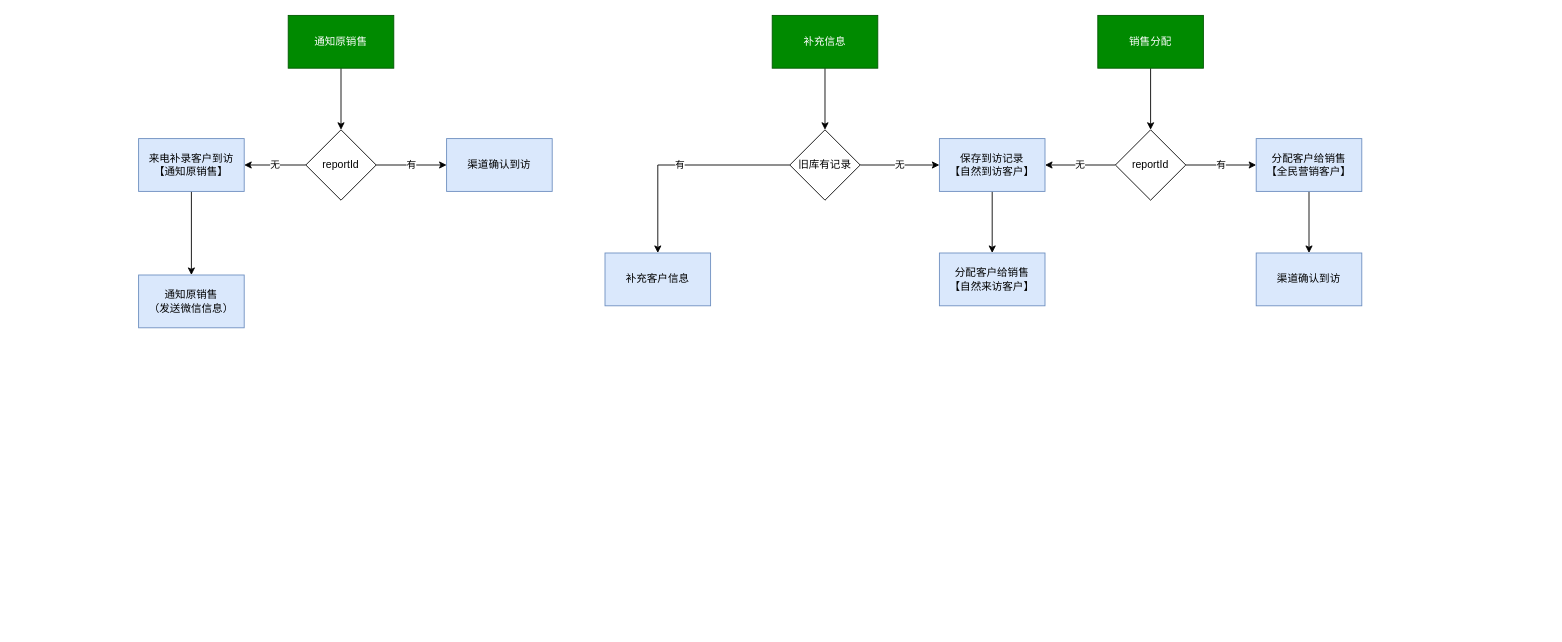
Before: page "门岗新旧服务" (3 of 3) of 移动案场.drawio in juesuchen/diagrams, a draw.io diagram. Source tidied: cells renumbered, new cells numbered last; positions are measured from the earlier drawing's top-left corner, leaving out a move shared by most shapes. Both pictures are drawn from the tidied source at 88%, with x=0, y=0 at pixel (138, 15).
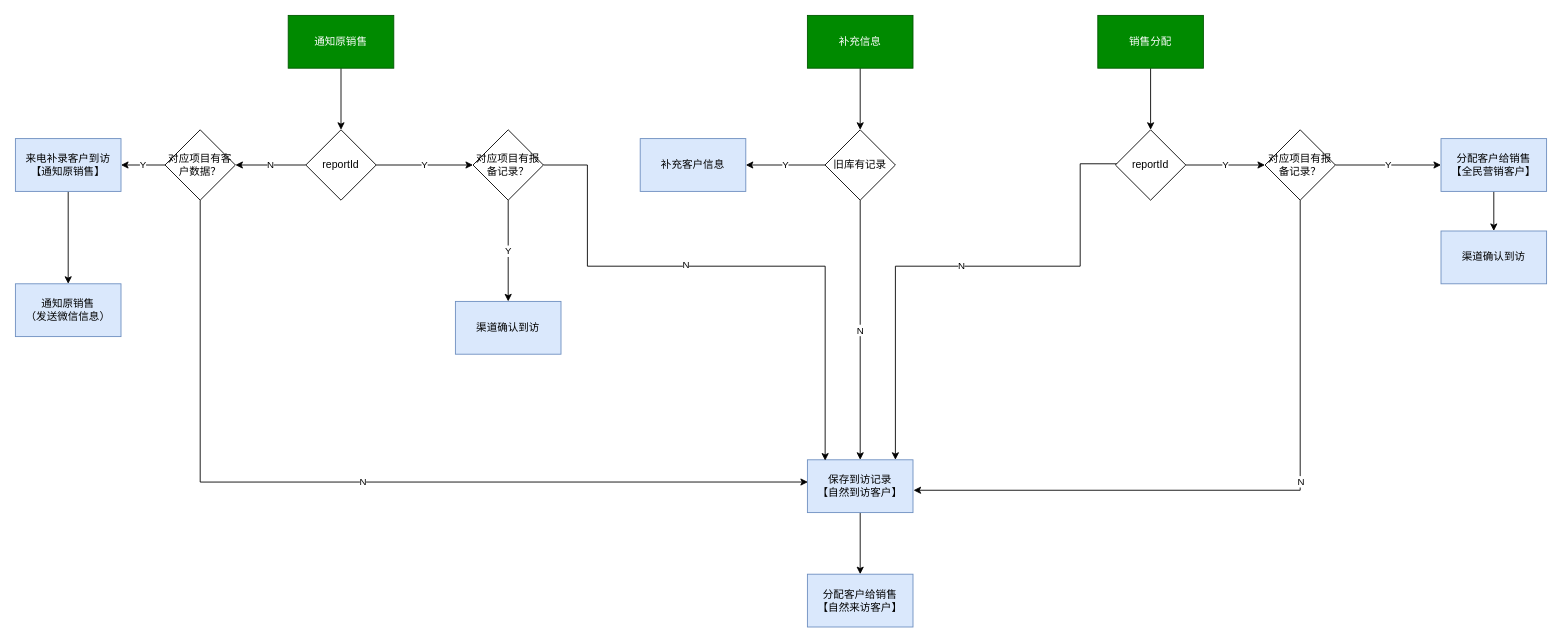
The same page after the edit.

Commit message:
更新移动案场.drawio

Unchanged cells that the change refers to:
```xml
<mxCell id="6" value="reportId" style="rhombus;whiteSpace=wrap;html=1;rounded=0;" parent="1" vertex="1">
  <mxGeometry x="1110" y="130" width="80" height="80" as="geometry" />
</mxCell>
<mxCell id="17" value="reportId" style="rhombus;whiteSpace=wrap;html=1;rounded=0;" parent="1" vertex="1">
  <mxGeometry x="190" y="130" width="80" height="80" as="geometry" />
</mxCell>
```

Diff of the diagram source:
```diff
@@
-    <mxCell id="4" value="有" style="edgeStyle=orthogonalEdgeStyle;rounded=0;jettySize=auto;html=1;" parent="1" edge="1" source="6" target="8">
-      <mxGeometry relative="1" as="geometry" />
-    </mxCell>
-    <mxCell id="5" value="无" style="edgeStyle=orthogonalEdgeStyle;rounded=0;jettySize=auto;html=1;" parent="1" edge="1" source="6" target="11">
-      <mxGeometry relative="1" as="geometry" />
+    <mxCell id="5" value="N" style="edgeStyle=orthogonalEdgeStyle;rounded=0;jettySize=auto;html=1;exitX=0.044;exitY=0.483;exitDx=0;exitDy=0;exitPerimeter=0;" parent="1" edge="1" source="6" target="11">
+      <mxGeometry relative="1" as="geometry">
+        <Array as="points">
+          <mxPoint x="1070" y="169" />
+          <mxPoint x="1070" y="285" />
+          <mxPoint x="860" y="285" />
+        </Array>
+      </mxGeometry>
     </mxCell>
+    <mxCell id="28" value="Y" style="edgeStyle=orthogonalEdgeStyle;rounded=0;jettySize=auto;html=1;" parent="1" edge="1" source="6" target="34">
+      <mxGeometry relative="1" as="geometry" />
+    </mxCell>
@@
     <mxCell id="8" value="分配客户给销售&lt;br&gt;【全民营销客户】" style="whiteSpace=wrap;html=1;rounded=0;fillColor=#dae8fc;strokeColor=#6c8ebf;" parent="1" vertex="1">
-      <mxGeometry x="1270" y="140" width="120" height="60" as="geometry" />
+      <mxGeometry x="1480" y="140" width="120" height="60" as="geometry" />
     </mxCell>
     <mxCell id="9" value="渠道确认到访" style="whiteSpace=wrap;html=1;rounded=0;fillColor=#dae8fc;strokeColor=#6c8ebf;" parent="1" vertex="1">
-      <mxGeometry x="1270" y="270" width="120" height="60" as="geometry" />
+      <mxGeometry x="1480" y="245" width="120" height="60" as="geometry" />
     </mxCell>
@@
     <mxCell id="11" value="保存到访记录&lt;br&gt;【自然到访客户】" style="whiteSpace=wrap;html=1;rounded=0;fillColor=#dae8fc;strokeColor=#6c8ebf;" parent="1" vertex="1">
-      <mxGeometry x="910" y="140" width="120" height="60" as="geometry" />
+      <mxGeometry x="760" y="505" width="120" height="60" as="geometry" />
     </mxCell>
     <mxCell id="12" value="分配客户给销售&lt;br&gt;【自然来访客户】" style="whiteSpace=wrap;html=1;rounded=0;fillColor=#dae8fc;strokeColor=#6c8ebf;" parent="1" vertex="1">
-      <mxGeometry x="910" y="270" width="120" height="60" as="geometry" />
+      <mxGeometry x="760" y="635" width="120" height="60" as="geometry" />
     </mxCell>
@@
-    <mxCell id="15" value="有" style="edgeStyle=orthogonalEdgeStyle;rounded=0;jettySize=auto;html=1;entryX=0;entryY=0.5;entryDx=0;entryDy=0;" parent="1" edge="1" source="17" target="18">
-      <mxGeometry relative="1" as="geometry" />
-    </mxCell>
-    <mxCell id="16" value="无" style="edgeStyle=orthogonalEdgeStyle;rounded=0;jettySize=auto;html=1;" parent="1" edge="1" source="17" target="20">
-      <mxGeometry relative="1" as="geometry" />
-    </mxCell>
+    <mxCell id="29" value="Y" style="edgeStyle=orthogonalEdgeStyle;rounded=0;jettySize=auto;html=1;" parent="1" edge="1" source="17" target="38">
+      <mxGeometry relative="1" as="geometry" />
+    </mxCell>
+    <mxCell id="30" value="N" style="edgeStyle=orthogonalEdgeStyle;rounded=0;jettySize=auto;html=1;" parent="1" edge="1" source="17" target="41">
+      <mxGeometry relative="1" as="geometry" />
+    </mxCell>
@@
     <mxCell id="18" value="渠道确认到访" style="whiteSpace=wrap;html=1;rounded=0;fillColor=#dae8fc;strokeColor=#6c8ebf;" parent="1" vertex="1">
-      <mxGeometry x="350" y="140" width="120" height="60" as="geometry" />
+      <mxGeometry x="360" y="325" width="120" height="60" as="geometry" />
     </mxCell>
@@
     <mxCell id="20" value="&lt;div&gt;来电补录客户到访&lt;/div&gt;&lt;div&gt;【通知原销售】&lt;/div&gt;" style="whiteSpace=wrap;html=1;rounded=0;fillColor=#dae8fc;strokeColor=#6c8ebf;" parent="1" vertex="1">
-      <mxGeometry y="140" width="120" height="60" as="geometry" />
+      <mxGeometry x="-140" y="140" width="120" height="60" as="geometry" />
     </mxCell>
@@
     <mxCell id="22" value="补充信息" style="rounded=0;whiteSpace=wrap;html=1;fillColor=#008a00;strokeColor=#005700;fontColor=#ffffff;" parent="1" vertex="1">
-      <mxGeometry x="720" width="120" height="60" as="geometry" />
+      <mxGeometry x="760" width="120" height="60" as="geometry" />
     </mxCell>
-    <mxCell id="23" value="有" style="edgeStyle=orthogonalEdgeStyle;rounded=0;jettySize=auto;html=1;" parent="1" edge="1" source="25" target="26">
+    <mxCell id="23" value="Y" style="edgeStyle=orthogonalEdgeStyle;rounded=0;jettySize=auto;html=1;" parent="1" edge="1" source="25" target="26">
       <mxGeometry relative="1" as="geometry" />
     </mxCell>
-    <mxCell id="24" value="无" style="edgeStyle=orthogonalEdgeStyle;rounded=0;jettySize=auto;html=1;" parent="1" edge="1" source="25" target="11">
+    <mxCell id="24" value="N" style="edgeStyle=orthogonalEdgeStyle;rounded=0;jettySize=auto;html=1;" parent="1" edge="1" source="25" target="11">
       <mxGeometry relative="1" as="geometry" />
     </mxCell>
     <mxCell id="25" value="旧库有记录" style="rhombus;whiteSpace=wrap;html=1;rounded=0;" parent="1" vertex="1">
-      <mxGeometry x="740" y="130" width="80" height="80" as="geometry" />
+      <mxGeometry x="780" y="130" width="80" height="80" as="geometry" />
     </mxCell>
     <mxCell id="26" value="补充客户信息" style="whiteSpace=wrap;html=1;rounded=0;fillColor=#dae8fc;strokeColor=#6c8ebf;" parent="1" vertex="1">
-      <mxGeometry x="530" y="270" width="120" height="60" as="geometry" />
+      <mxGeometry x="570" y="140" width="120" height="60" as="geometry" />
     </mxCell>
     <mxCell id="27" value="通知原销售&lt;br&gt;（发送微信信息）" style="whiteSpace=wrap;html=1;rounded=0;fillColor=#dae8fc;strokeColor=#6c8ebf;" parent="1" vertex="1">
-      <mxGeometry y="295" width="120" height="60" as="geometry" />
+      <mxGeometry x="-140" y="305" width="120" height="60" as="geometry" />
     </mxCell>
+    <mxCell id="31" value="Y" style="edgeStyle=orthogonalEdgeStyle;rounded=0;jettySize=auto;html=1;" parent="1" edge="1" source="34" target="8">
+      <mxGeometry relative="1" as="geometry" />
+    </mxCell>
+    <mxCell id="32" style="edgeStyle=orthogonalEdgeStyle;rounded=0;jettySize=auto;html=1;entryX=1.005;entryY=0.577;entryDx=0;entryDy=0;entryPerimeter=0;" parent="1" edge="1" source="34" target="11">
+      <mxGeometry relative="1" as="geometry">
+        <Array as="points">
+          <mxPoint x="1320" y="540" />
+        </Array>
+      </mxGeometry>
+    </mxCell>
+    <mxCell id="33" value="N" style="edgeLabel;html=1;align=center;verticalAlign=middle;" parent="32" vertex="1">
+      <mxGeometry x="-0.17" relative="1" as="geometry" />
+    </mxCell>
+    <mxCell id="34" value="对应项目有报备记录？" style="rhombus;whiteSpace=wrap;html=1;rounded=0;" parent="1" vertex="1">
+      <mxGeometry x="1280" y="130" width="80" height="80" as="geometry" />
+    </mxCell>
+    <mxCell id="35" value="Y" style="edgeStyle=orthogonalEdgeStyle;rounded=0;jettySize=auto;html=1;" parent="1" edge="1" source="38" target="18">
+      <mxGeometry relative="1" as="geometry" />
+    </mxCell>
+    <mxCell id="36" style="edgeStyle=orthogonalEdgeStyle;rounded=0;jettySize=auto;html=1;entryX=0.168;entryY=0.015;entryDx=0;entryDy=0;entryPerimeter=0;" parent="1" edge="1" source="38" target="11">
+      <mxGeometry relative="1" as="geometry">
+        <Array as="points">
+          <mxPoint x="510" y="170" />
+          <mxPoint x="510" y="285" />
+          <mxPoint x="780" y="285" />
+        </Array>
+      </mxGeometry>
+    </mxCell>
+    <mxCell id="37" value="N" style="edgeLabel;html=1;align=center;verticalAlign=middle;" parent="36" vertex="1">
+      <mxGeometry x="-0.16" y="3" relative="1" as="geometry" />
+    </mxCell>
+    <mxCell id="38" value="对应项目有报备记录？" style="rhombus;whiteSpace=wrap;html=1;rounded=0;" parent="1" vertex="1">
+      <mxGeometry x="380" y="130" width="80" height="80" as="geometry" />
+    </mxCell>
+    <mxCell id="39" value="N" style="edgeStyle=orthogonalEdgeStyle;rounded=0;jettySize=auto;html=1;entryX=0.005;entryY=0.421;entryDx=0;entryDy=0;entryPerimeter=0;" parent="1" edge="1" source="41" target="11">
+      <mxGeometry relative="1" as="geometry">
+        <Array as="points">
+          <mxPoint x="70" y="530" />
+        </Array>
+      </mxGeometry>
+    </mxCell>
+    <mxCell id="40" value="Y" style="edgeStyle=orthogonalEdgeStyle;rounded=0;jettySize=auto;html=1;" parent="1" edge="1" source="41" target="20">
+      <mxGeometry relative="1" as="geometry" />
+    </mxCell>
+    <mxCell id="41" value="对应项目有客户数据？" style="rhombus;whiteSpace=wrap;html=1;rounded=0;" parent="1" vertex="1">
+      <mxGeometry x="30" y="130" width="80" height="80" as="geometry" />
+    </mxCell>
```
